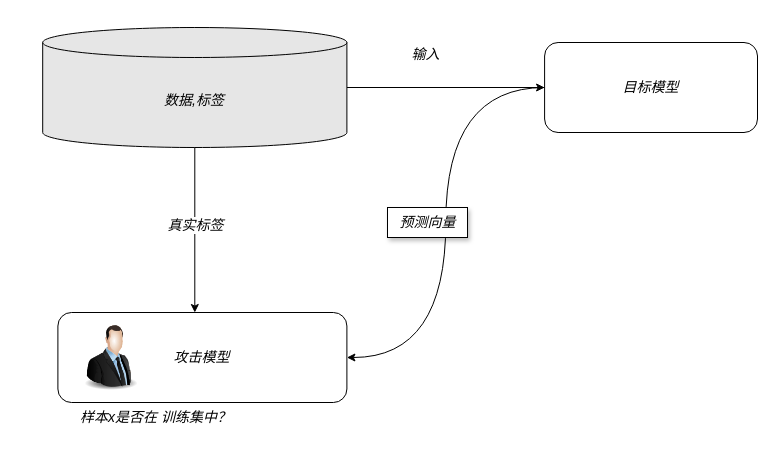
The draw.io diagram page "第 5 页" (5 of 8) of 未命名绘图.drawio in liangliuqi/whu-program, before the edit. Source tidied: cells renumbered, new cells numbered last; positions are measured from the earlier drawing's top-left corner, leaving out a move shared by most shapes. Both pictures are drawn from the tidied source at 100%, with x=0, y=0 at pixel (27, 27).
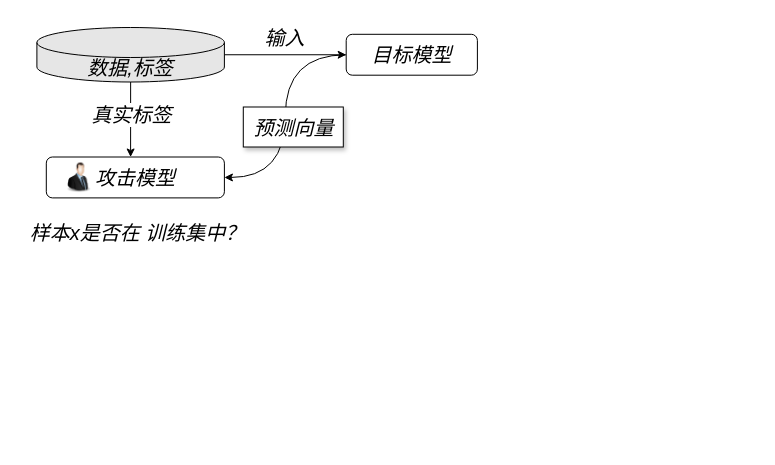
After the change.

Diff of the diagram source:
```diff
@@
 <mxGraphModel>
   <root>
     <mxCell id="0" />
     <mxCell id="1" parent="0" />
-    <mxCell id="2" style="group;fontStyle=0;fontSize=14;" parent="1" vertex="1">
-      <mxGeometry width="730" height="420" as="geometry" />
+    <mxCell id="2" style="group;fontStyle=0;fontSize=20;" parent="1" vertex="1">
+      <mxGeometry width="450" height="200" as="geometry" />
     </mxCell>
-    <mxCell id="3" style="edgeStyle=orthogonalEdgeStyle;rounded=0;jettySize=auto;html=1;fontSize=14;labelBorderColor=none;fontStyle=2;" parent="2" edge="1" source="4" target="11">
+    <mxCell id="3" style="edgeStyle=orthogonalEdgeStyle;rounded=0;jettySize=auto;html=1;fontSize=20;labelBorderColor=none;fontStyle=2;" parent="2" edge="1" source="4" target="11">
       <mxGeometry relative="1" as="geometry" />
     </mxCell>
-    <mxCell id="4" value="数据,标签" style="shape=cylinder3;whiteSpace=wrap;html=1;boundedLbl=1;backgroundOutline=1;size=15;fontSize=14;labelBorderColor=none;fontStyle=2;fillColor=#e6e6e6;" parent="2" vertex="1">
-      <mxGeometry x="15.2" width="304.2" height="120" as="geometry" />
+    <mxCell id="4" value="数据,标签" style="shape=cylinder3;whiteSpace=wrap;html=1;boundedLbl=1;backgroundOutline=1;size=15;fontSize=20;labelBorderColor=none;fontStyle=2;fillColor=#e6e6e6;" parent="2" vertex="1">
+      <mxGeometry x="9.4" width="187.5" height="54.5" as="geometry" />
     </mxCell>
-    <mxCell id="5" style="group;fontSize=14;labelBorderColor=none;fontStyle=2;" parent="2" vertex="1">
-      <mxGeometry y="285" width="319.4" height="90" as="geometry" />
+    <mxCell id="5" style="group;fontSize=20;labelBorderColor=none;fontStyle=2;" parent="2" vertex="1">
+      <mxGeometry y="129.5" width="196.9" height="40.9" as="geometry" />
     </mxCell>
-    <mxCell id="6" value="攻击模型" style="rounded=1;whiteSpace=wrap;html=1;fontSize=14;labelBorderColor=none;fontStyle=2;" parent="5" vertex="1">
-      <mxGeometry x="30.4" width="289" height="90" as="geometry" />
+    <mxCell id="6" value="攻击模型" style="rounded=1;whiteSpace=wrap;html=1;fontSize=20;labelBorderColor=none;fontStyle=2;" parent="5" vertex="1">
+      <mxGeometry x="18.8" width="178.1" height="40.9" as="geometry" />
     </mxCell>
-    <mxCell id="7" style="image;html=1;image=img/lib/clip_art/people/Suit_Man_128x128.png;fontSize=14;labelBorderColor=none;fontStyle=2;" parent="5" vertex="1">
-      <mxGeometry x="30.4" y="11.2" width="106.5" height="67.5" as="geometry" />
+    <mxCell id="7" style="image;html=1;image=img/lib/clip_art/people/Suit_Man_128x128.png;fontSize=20;labelBorderColor=none;fontStyle=2;" parent="5" vertex="1">
+      <mxGeometry x="18.8" y="5.1" width="65.6" height="30.7" as="geometry" />
     </mxCell>
-    <mxCell id="8" style="endArrow=classic;html=1;rounded=0;fontSize=14;labelBorderColor=none;fontStyle=2;" parent="2" edge="1" source="4">
+    <mxCell id="8" style="endArrow=classic;html=1;rounded=0;fontSize=20;labelBorderColor=none;fontStyle=2;" parent="2" edge="1" source="4">
       <mxGeometry relative="1" as="geometry">
-        <mxPoint x="167.3" y="285" as="targetPoint" />
+        <mxPoint x="103.1" y="129.5" as="targetPoint" />
       </mxGeometry>
     </mxCell>
-    <mxCell id="9" value="真实标签" style="edgeLabel;html=1;align=center;verticalAlign=middle;fontSize=14;labelBorderColor=none;fontStyle=2;" parent="8" vertex="1">
+    <mxCell id="9" value="真实标签" style="edgeLabel;html=1;align=center;verticalAlign=middle;fontSize=20;labelBorderColor=none;fontStyle=2;" parent="8" vertex="1">
       <mxGeometry relative="1" as="geometry">
         <mxPoint y="-6" as="offset" />
       </mxGeometry>
     </mxCell>
-    <mxCell id="10" style="edgeStyle=orthogonalEdgeStyle;curved=1;rounded=0;jettySize=auto;html=1;entryX=1;entryY=0.5;entryDx=0;entryDy=0;fontSize=14;labelBorderColor=none;fontStyle=2;" parent="2" edge="1" source="11" target="6">
+    <mxCell id="10" style="edgeStyle=orthogonalEdgeStyle;curved=1;rounded=0;jettySize=auto;html=1;entryX=1;entryY=0.5;entryDx=0;entryDy=0;fontSize=20;labelBorderColor=none;fontStyle=2;" parent="2" edge="1" source="11" target="6">
       <mxGeometry relative="1" as="geometry" />
     </mxCell>
-    <mxCell id="11" value="目标模型" style="rounded=1;whiteSpace=wrap;html=1;fontSize=14;labelBorderColor=none;fontStyle=2;" parent="2" vertex="1">
-      <mxGeometry x="517.1" y="15" width="212.9" height="90" as="geometry" />
+    <mxCell id="11" value="目标模型" style="rounded=1;whiteSpace=wrap;html=1;fontSize=20;labelBorderColor=none;fontStyle=2;" parent="2" vertex="1">
+      <mxGeometry x="318.7" y="6.8" width="131.2" height="40.9" as="geometry" />
     </mxCell>
-    <mxCell id="12" value="输入" style="text;html=1;align=center;verticalAlign=middle;strokeColor=none;fillColor=none;fontSize=14;labelBorderColor=none;fontStyle=2;" parent="2" vertex="1">
-      <mxGeometry x="372.6" y="12" width="50" height="30" as="geometry" />
+    <mxCell id="12" value="输入" style="text;html=1;align=center;verticalAlign=middle;strokeColor=none;fillColor=none;fontSize=20;labelBorderColor=none;fontStyle=2;" parent="2" vertex="1">
+      <mxGeometry x="226.6" y="-10" width="60" height="40" as="geometry" />
     </mxCell>
+    <mxCell id="14" value="预测向量" style="text;html=1;align=center;verticalAlign=middle;fontSize=20;labelBorderColor=none;shadow=1;fillColor=default;fillStyle=auto;strokeColor=default;fontStyle=2;" parent="2" vertex="1">
+      <mxGeometry x="215.8" y="79.5" width="100" height="40" as="geometry" />
+    </mxCell>
-    <mxCell id="13" value="样本x是否在 训练集中？" style="text;html=1;align=center;verticalAlign=middle;strokeColor=none;fillColor=none;fontSize=14;labelBorderColor=none;fontStyle=2;" parent="2" vertex="1">
-      <mxGeometry x="43.2" y="375" width="170" height="30" as="geometry" />
+    <mxCell id="13" value="样本x是否在 训练集中？" style="text;html=1;align=center;verticalAlign=middle;strokeColor=none;fillColor=none;fontSize=20;labelBorderColor=none;fontStyle=2;" parent="1" vertex="1">
+      <mxGeometry x="-10" y="185" width="240" height="40" as="geometry" />
     </mxCell>
-    <mxCell id="14" value="预测向量" style="text;html=1;align=center;verticalAlign=middle;fontSize=14;labelBorderColor=none;shadow=1;fillColor=default;fillStyle=auto;strokeColor=default;fontStyle=2;" parent="2" vertex="1">
-      <mxGeometry x="360" y="180" width="80" height="30" as="geometry" />
-    </mxCell>
   </root>
 </mxGraphModel>
```
